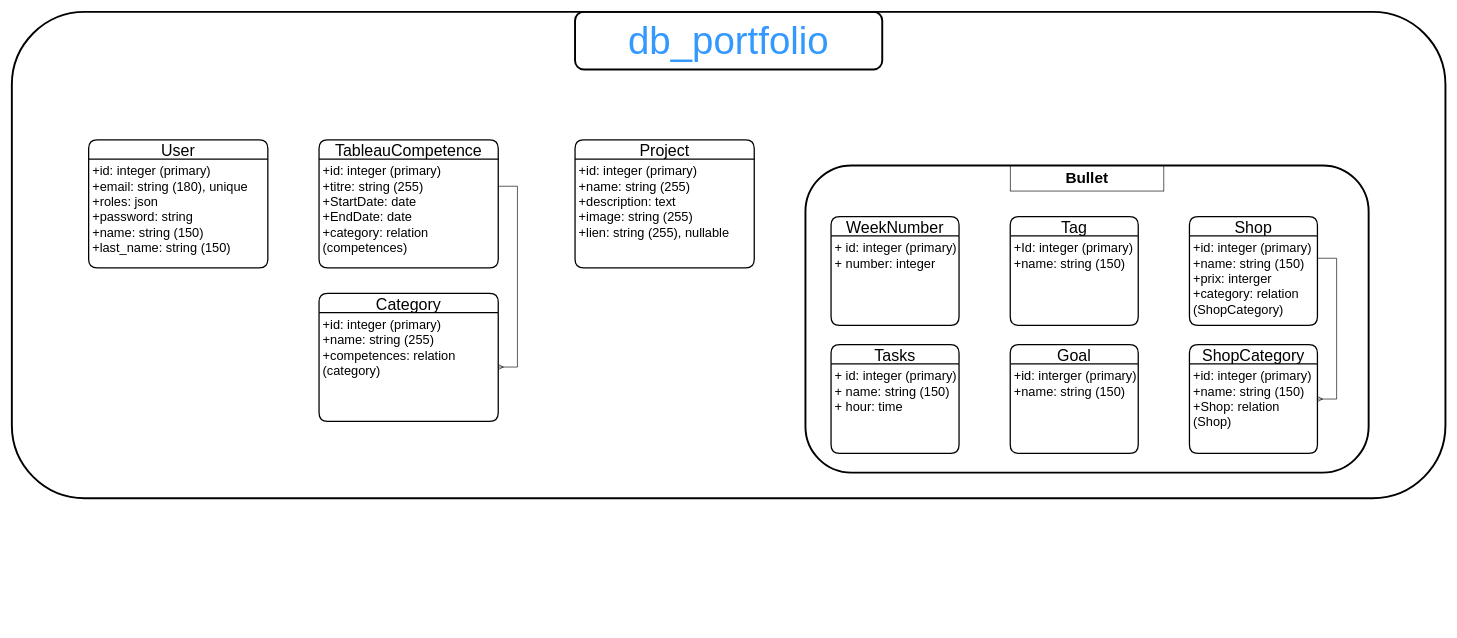
gwendvr/Portfolio-Gwen keeps this draw.io diagram as public/portfolio.drawio. Above is the earlier version. Source tidied: cells renumbered, new cells numbered last; positions are measured from the earlier drawing's top-left corner, leaving out a move shared by most shapes. Both pictures are drawn from the tidied source at 64%, with x=0, y=0 at pixel (12, 12).
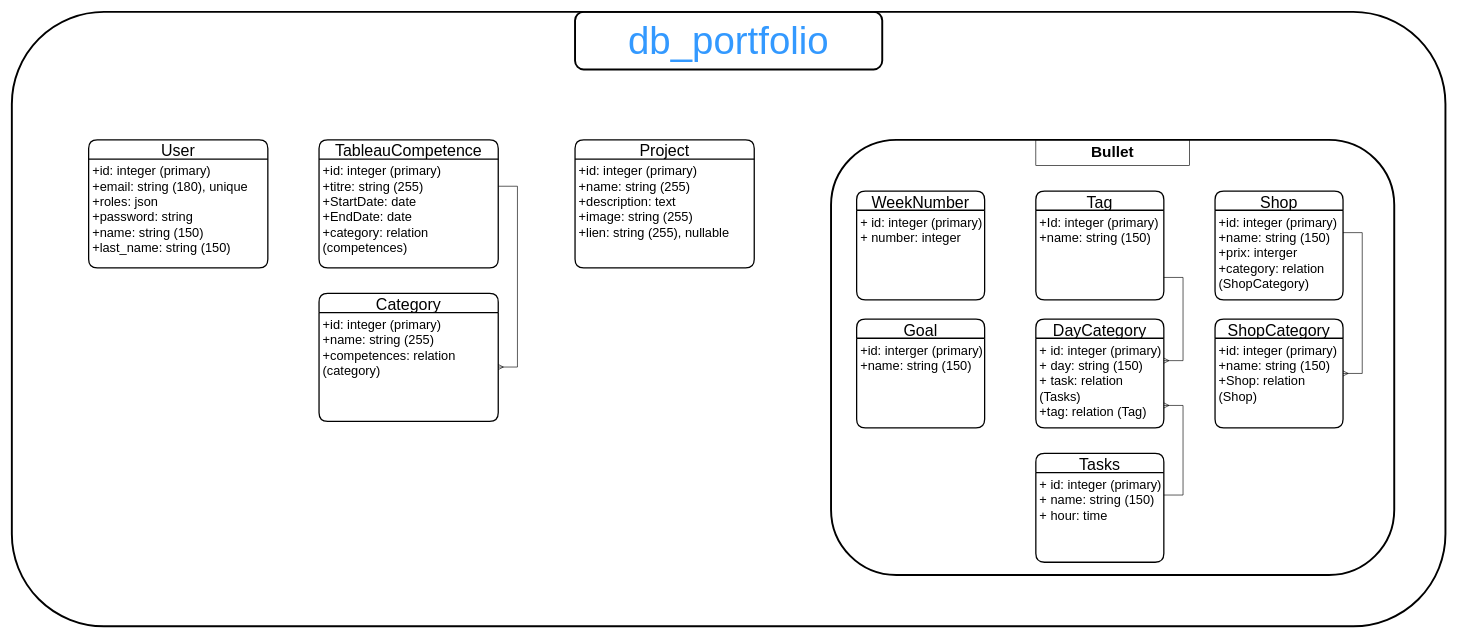
The same diagram, later.

The change refers to these unchanged cells:
```xml
<mxCell id="7" value="+ id: integer (primary)&#10;+ name: string (150)&#10;+ hour: time" style="align=left;strokeColor=none;fillColor=none;spacingLeft=4;fontSize=20;verticalAlign=top;" parent="6" vertex="1">
  <mxGeometry y="30" width="200" height="140" as="geometry" />
</mxCell>
<mxCell id="9" value="+Id: integer (primary)&#10;+name: string (150)" style="align=left;strokeColor=none;fillColor=none;spacingLeft=4;fontSize=20;verticalAlign=top;" parent="8" vertex="1">
  <mxGeometry y="30" width="200" height="140" as="geometry" />
</mxCell>
```

The edit, as a diff of the source:
```diff
@@
     <mxCell id="2" style="rounded=1;whiteSpace=wrap;html=1;fillColor=none;strokeWidth=3;" parent="1" vertex="1">
-      <mxGeometry width="2240" height="760" as="geometry" />
+      <mxGeometry width="2240" height="960" as="geometry" />
     </mxCell>
@@
     <mxCell id="4" value="WeekNumber" style="swimlane;horizontal=1;startSize=30;rounded=1;fontSize=25;fontStyle=0;strokeWidth=2;shadow=0;dashed=0;align=center;" parent="1" vertex="1">
-      <mxGeometry x="1280" y="320" width="200" height="170" as="geometry" />
+      <mxGeometry x="1320" y="280" width="200" height="170" as="geometry" />
     </mxCell>
@@
     <mxCell id="6" value="Tasks" style="swimlane;horizontal=1;startSize=30;rounded=1;fontSize=25;fontStyle=0;strokeWidth=2;shadow=0;dashed=0;align=center;fillColor=none;" parent="1" vertex="1">
-      <mxGeometry x="1280" y="520" width="200" height="170" as="geometry" />
+      <mxGeometry x="1600" y="690" width="200" height="170" as="geometry" />
     </mxCell>
@@
     <mxCell id="8" value="Tag" style="swimlane;horizontal=1;startSize=30;rounded=1;fontSize=25;fontStyle=0;strokeWidth=2;shadow=0;dashed=0;align=center;fillColor=none;" parent="1" vertex="1">
-      <mxGeometry x="1560" y="320" width="200" height="170" as="geometry" />
+      <mxGeometry x="1600" y="280" width="200" height="170" as="geometry" />
     </mxCell>
@@
     <mxCell id="10" value="Goal" style="swimlane;horizontal=1;startSize=30;rounded=1;fontSize=25;fontStyle=0;strokeWidth=2;shadow=0;dashed=0;align=center;fillColor=none;" parent="1" vertex="1">
-      <mxGeometry x="1560" y="520" width="200" height="170" as="geometry" />
+      <mxGeometry x="1320" y="480" width="200" height="170" as="geometry" />
     </mxCell>
@@
     <mxCell id="12" value="Shop" style="swimlane;horizontal=1;startSize=30;rounded=1;fontSize=25;fontStyle=0;strokeWidth=2;shadow=0;dashed=0;align=center;fillColor=none;" parent="1" vertex="1">
-      <mxGeometry x="1840" y="320" width="200" height="170" as="geometry" />
+      <mxGeometry x="1880" y="280" width="200" height="170" as="geometry" />
     </mxCell>
@@
     <mxCell id="14" value="ShopCategory" style="swimlane;horizontal=1;startSize=30;rounded=1;fontSize=25;fontStyle=0;strokeWidth=2;shadow=0;dashed=0;align=center;fillColor=none;" parent="1" vertex="1">
-      <mxGeometry x="1840" y="520" width="200" height="170" as="geometry" />
+      <mxGeometry x="1880" y="480" width="200" height="170" as="geometry" />
     </mxCell>
@@
     <mxCell id="16" value="&lt;font size=&quot;1&quot;&gt;&lt;b style=&quot;font-size: 24px&quot;&gt;Bullet&lt;/b&gt;&lt;/font&gt;" style="whiteSpace=wrap;html=1;align=center;fillColor=none;" parent="1" vertex="1">
-      <mxGeometry x="1560" y="240" width="240" height="40" as="geometry" />
+      <mxGeometry x="1600" y="200" width="240" height="40" as="geometry" />
     </mxCell>
@@
     <mxCell id="18" style="rounded=1;whiteSpace=wrap;html=1;fontFamily=Helvetica;fontSize=25;fontColor=#3399FF;strokeWidth=3;fillColor=none;" parent="1" vertex="1">
-      <mxGeometry x="1240" y="240" width="880" height="480" as="geometry" />
+      <mxGeometry x="1280" y="200" width="880" height="680" as="geometry" />
     </mxCell>
@@
+    <mxCell id="28" value="DayCategory" style="swimlane;horizontal=1;startSize=30;rounded=1;fontSize=25;fontStyle=0;strokeWidth=2;shadow=0;dashed=0;align=center;fillColor=none;" parent="1" vertex="1">
+      <mxGeometry x="1600" y="480" width="200" height="170" as="geometry" />
+    </mxCell>
+    <mxCell id="29" value="+ id: integer (primary)&#10;+ day: string (150)&#10;+ task: relation&#10;(Tasks)&#10;+tag: relation (Tag)" style="align=left;strokeColor=none;fillColor=none;spacingLeft=4;fontSize=20;verticalAlign=top;" parent="28" vertex="1">
+      <mxGeometry y="30" width="200" height="140" as="geometry" />
+    </mxCell>
+    <mxCell id="30" style="edgeStyle=entityRelationEdgeStyle;fontSize=12;html=1;endArrow=ERmany;rounded=0;fontFamily=Helvetica;fontColor=#000000;entryX=1;entryY=0.75;entryDx=0;entryDy=0;exitX=1;exitY=0.25;exitDx=0;exitDy=0;" parent="1" edge="1" source="7" target="29">
+      <mxGeometry relative="1" as="geometry" />
+    </mxCell>
+    <mxCell id="31" style="edgeStyle=entityRelationEdgeStyle;fontSize=12;html=1;endArrow=ERmany;rounded=0;fontFamily=Helvetica;fontColor=#000000;entryX=1;entryY=0.25;entryDx=0;entryDy=0;exitX=1;exitY=0.75;exitDx=0;exitDy=0;" parent="1" edge="1" source="9" target="29">
+      <mxGeometry relative="1" as="geometry" />
+    </mxCell>
```
